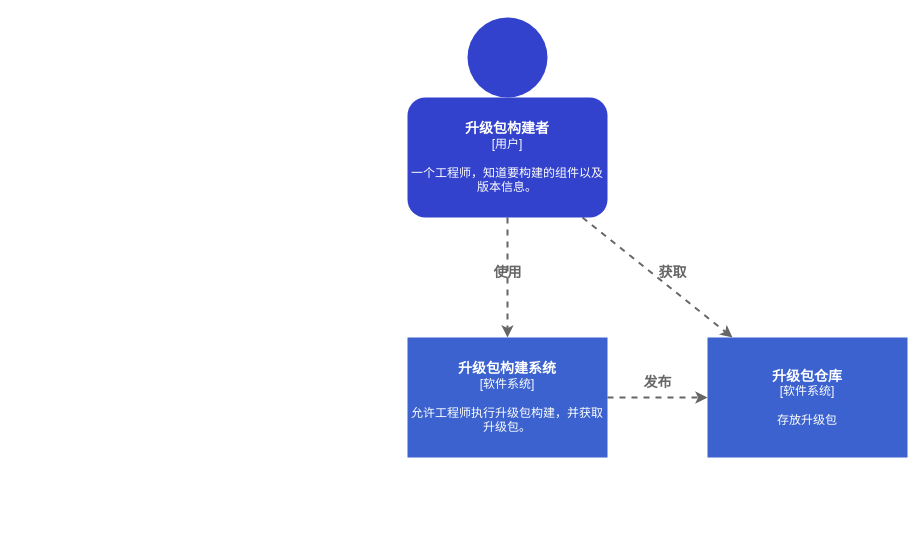
Before: page "架构图_C4_系统上下文" (1 of 3) of Programmar/project/upgrade_package_factory/构建demo设计图.drawio in xiahaohai123/Blog, a draw.io diagram. Source tidied: cells renumbered, new cells numbered last; positions are measured from the earlier drawing's top-left corner, leaving out a move shared by most shapes. Both pictures are drawn from the tidied source at 100%, with x=0, y=0 at pixel (407, 17).
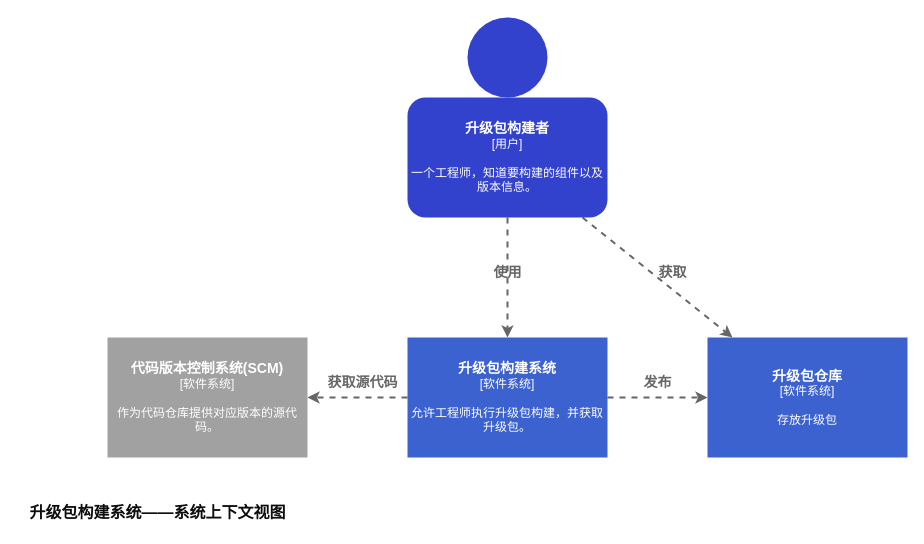
Above is the later version.

The edit, as a diff of the source:
```diff
@@
 <mxGraphModel>
   <root>
     <mxCell id="0" />
     <mxCell id="1" parent="0" />
     <mxCell id="2" style="ellipse;whiteSpace=wrap;html=1;fillColor=#3342CC;strokeColor=none;" parent="1" vertex="1">
       <mxGeometry x="60" width="80" height="80" as="geometry" />
     </mxCell>
     <mxCell id="3" style="edgeStyle=orthogonalEdgeStyle;rounded=1;jettySize=auto;html=1;fontSize=14;dashed=1;strokeColor=#666666;strokeWidth=2;" parent="1" edge="1" source="5" target="7">
       <mxGeometry relative="1" as="geometry" />
     </mxCell>
     <mxCell id="4" style="edgeStyle=none;rounded=1;jettySize=auto;html=1;dashed=1;fontSize=14;strokeColor=#666666;strokeWidth=2;" parent="1" edge="1" source="5" target="8">
       <mxGeometry relative="1" as="geometry" />
     </mxCell>
     <mxCell id="5" value="&lt;font style=&quot;&quot;&gt;&lt;b style=&quot;font-size: 14px;&quot;&gt;升级包构建者&lt;/b&gt;&lt;br&gt;&lt;font style=&quot;font-size: 12px;&quot;&gt;[用户]&lt;br&gt;&lt;br&gt;&lt;/font&gt;一个工程师，知道要构建的组件以及版本信息。&lt;br&gt;&lt;/font&gt;" style="rounded=1;whiteSpace=wrap;html=1;fontColor=#FFFFFF;fillColor=#3342CC;strokeColor=none;" parent="1" vertex="1">
       <mxGeometry y="80" width="200" height="120" as="geometry" />
     </mxCell>
     <mxCell id="6" style="edgeStyle=orthogonalEdgeStyle;rounded=1;jettySize=auto;html=1;dashed=1;fontSize=14;strokeColor=#666666;strokeWidth=2;" parent="1" edge="1" source="7" target="8">
       <mxGeometry relative="1" as="geometry" />
     </mxCell>
+    <mxCell id="12" style="edgeStyle=none;rounded=1;jettySize=auto;html=1;dashed=1;strokeColor=#666666;strokeWidth=2;fontSize=14;fontColor=#666666;" parent="1" edge="1" source="7" target="13">
+      <mxGeometry relative="1" as="geometry" />
+    </mxCell>
     <mxCell id="7" value="&lt;b style=&quot;font-size: 14px;&quot;&gt;升级包构建系统&lt;br&gt;&lt;/b&gt;[软件系统]&lt;br&gt;&lt;br&gt;允许工程师执行升级包构建，并获取升级包。" style="rounded=0;whiteSpace=wrap;html=1;fontSize=12;fillColor=#3B62CE;strokeColor=none;labelBackgroundColor=none;fontColor=#FFFFFF;" parent="1" vertex="1">
       <mxGeometry y="320" width="200" height="120" as="geometry" />
     </mxCell>
     <mxCell id="8" value="&lt;span style=&quot;font-size: 14px;&quot;&gt;&lt;b&gt;升级包仓库&lt;br&gt;&lt;/b&gt;&lt;/span&gt;[软件系统]&lt;br&gt;&lt;br&gt;存放升级包" style="rounded=0;whiteSpace=wrap;html=1;fontSize=12;fontColor=#FFFFFF;strokeColor=none;fillColor=#3B62CE;" parent="1" vertex="1">
       <mxGeometry x="300" y="320" width="200" height="120" as="geometry" />
     </mxCell>
     <mxCell id="9" value="使用" style="text;html=1;align=center;verticalAlign=middle;strokeColor=none;fillColor=none;fontSize=14;fontColor=#666666;fontStyle=1;" parent="1" vertex="1">
       <mxGeometry x="75" y="240" width="50" height="30" as="geometry" />
     </mxCell>
     <mxCell id="10" value="发布" style="text;html=1;align=center;verticalAlign=middle;strokeColor=none;fillColor=none;fontSize=14;fontStyle=1;fontColor=#666666;" parent="1" vertex="1">
       <mxGeometry x="225" y="350" width="50" height="30" as="geometry" />
     </mxCell>
     <mxCell id="11" value="获取" style="text;html=1;align=center;verticalAlign=middle;strokeColor=none;fillColor=none;fontSize=14;fontStyle=1;fontColor=#666666;" parent="1" vertex="1">
       <mxGeometry x="240" y="240" width="50" height="30" as="geometry" />
     </mxCell>
+    <mxCell id="13" value="&lt;span style=&quot;font-size: 14px;&quot;&gt;&lt;b&gt;代码版本控制系统(SCM)&lt;br&gt;&lt;/b&gt;&lt;/span&gt;[软件系统]&lt;br&gt;&lt;br&gt;作为代码仓库提供对应版本的源代码。" style="rounded=0;whiteSpace=wrap;html=1;fontSize=12;fontColor=#FFFFFF;strokeColor=none;fillColor=#A1A1A1;" parent="1" vertex="1">
+      <mxGeometry x="-300" y="320" width="200" height="120" as="geometry" />
+    </mxCell>
+    <mxCell id="14" value="获取源代码" style="text;html=1;align=center;verticalAlign=middle;strokeColor=none;fillColor=none;fontSize=14;fontColor=#666666;fontStyle=1;" parent="1" vertex="1">
+      <mxGeometry x="-90" y="350" width="90" height="30" as="geometry" />
+    </mxCell>
+    <mxCell id="15" value="&lt;b&gt;升级包构建系统——系统上下文视图&lt;/b&gt;" style="text;html=1;align=center;verticalAlign=middle;strokeColor=none;fillColor=none;fontSize=16;fontColor=#0D0D0D;" parent="1" vertex="1">
+      <mxGeometry x="-390" y="480" width="280" height="30" as="geometry" />
+    </mxCell>
   </root>
 </mxGraphModel>
```
